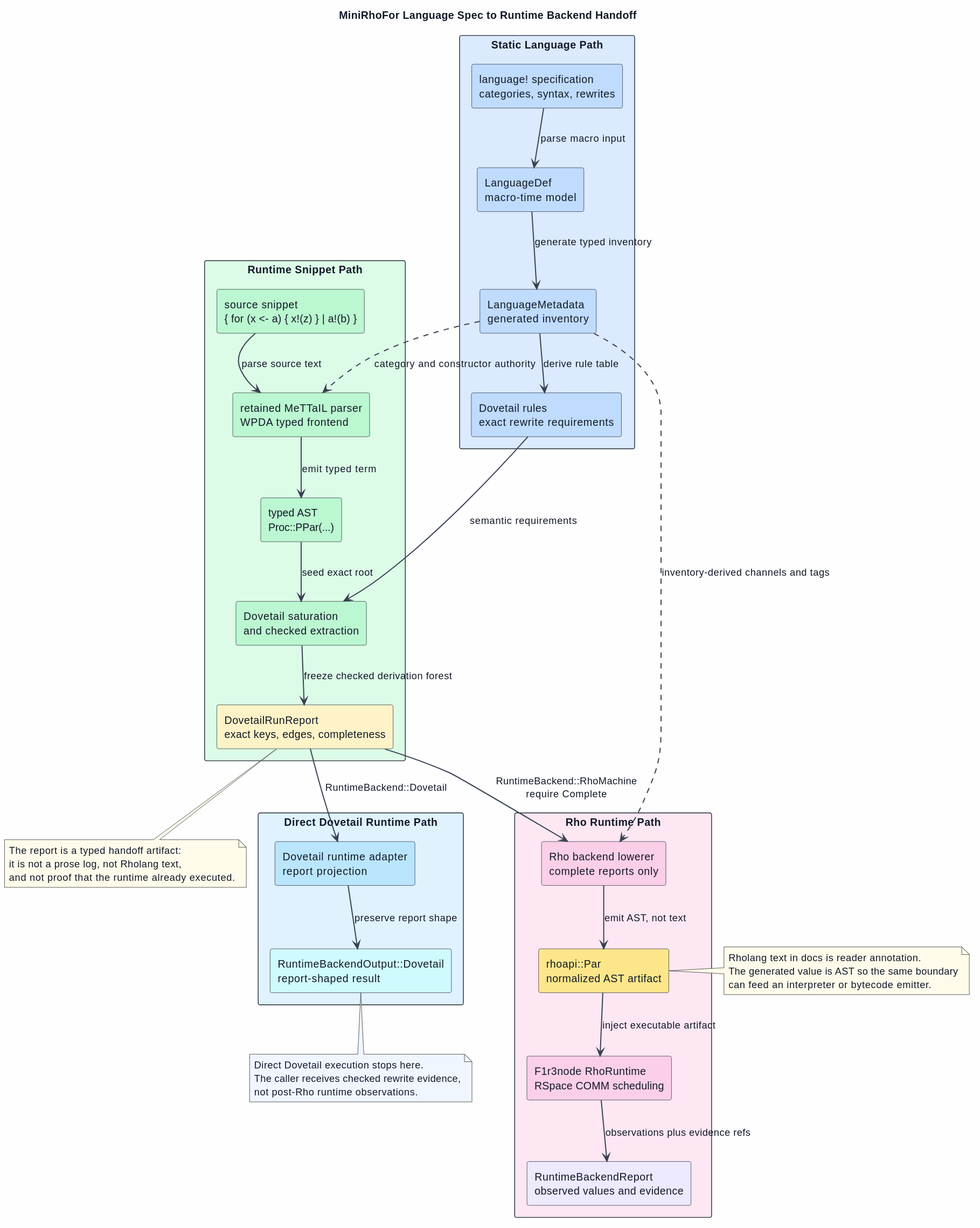
Before: docs/architecture/dovetail/figures/10-minirho-end-to-end.svg, a diagram exported from PlantUML (F1R3FLY-io/mettail-rust).
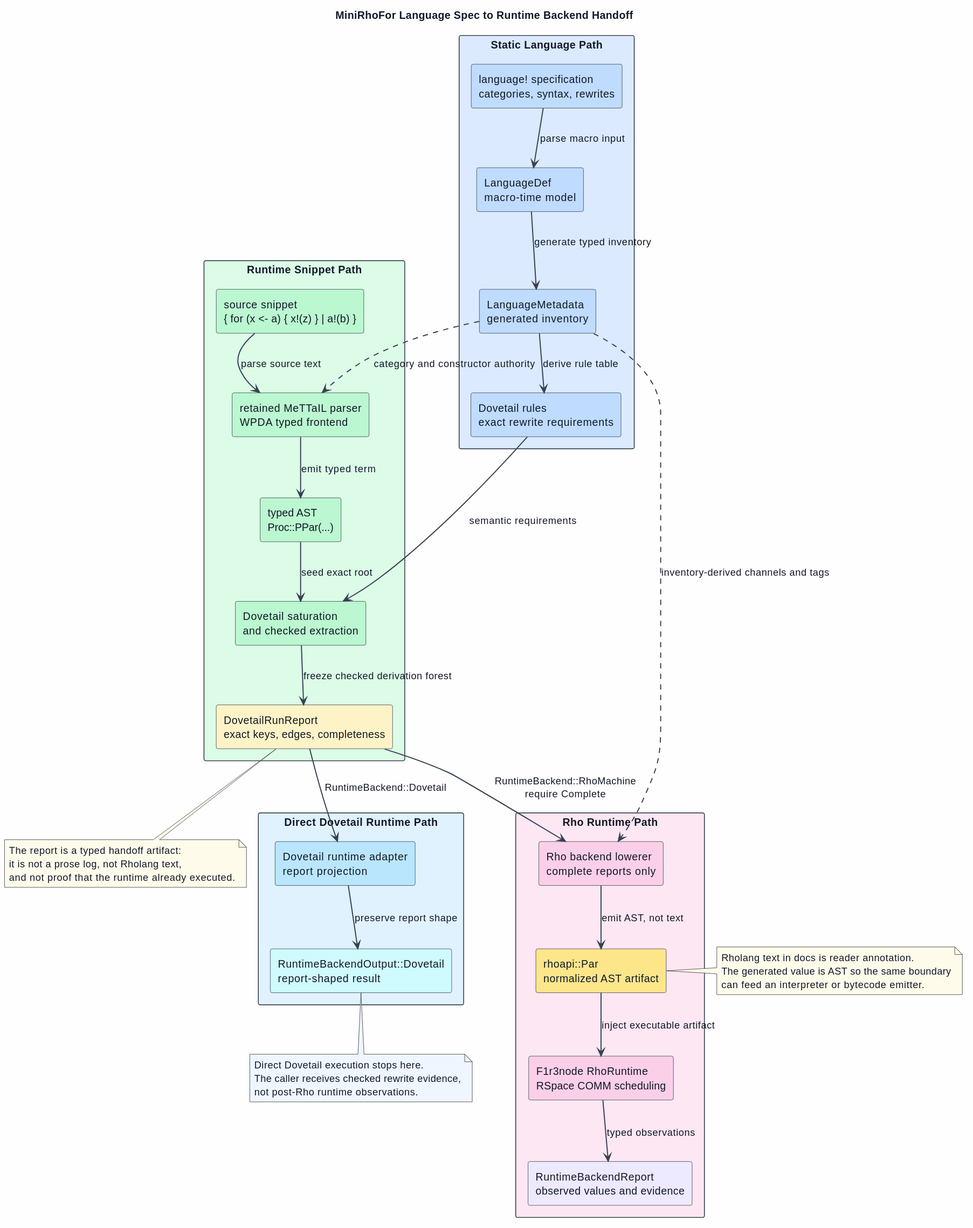
The same file after the commit.

Diff of the diagram source:
```diff
@@ -54,7 +54,7 @@
 Report --> Lowerer : RuntimeBackend::RhoMachine\nrequire Complete
 Lowerer --> Par : emit AST, not text
 Par --> Runtime : inject executable artifact
-Runtime --> RuntimeReport : observations plus evidence refs
+Runtime --> RuntimeReport : typed observations
 
 Metadata ..> Parser : category and constructor authority
 Metadata ..> Lowerer : inventory-derived channels and tags
```
